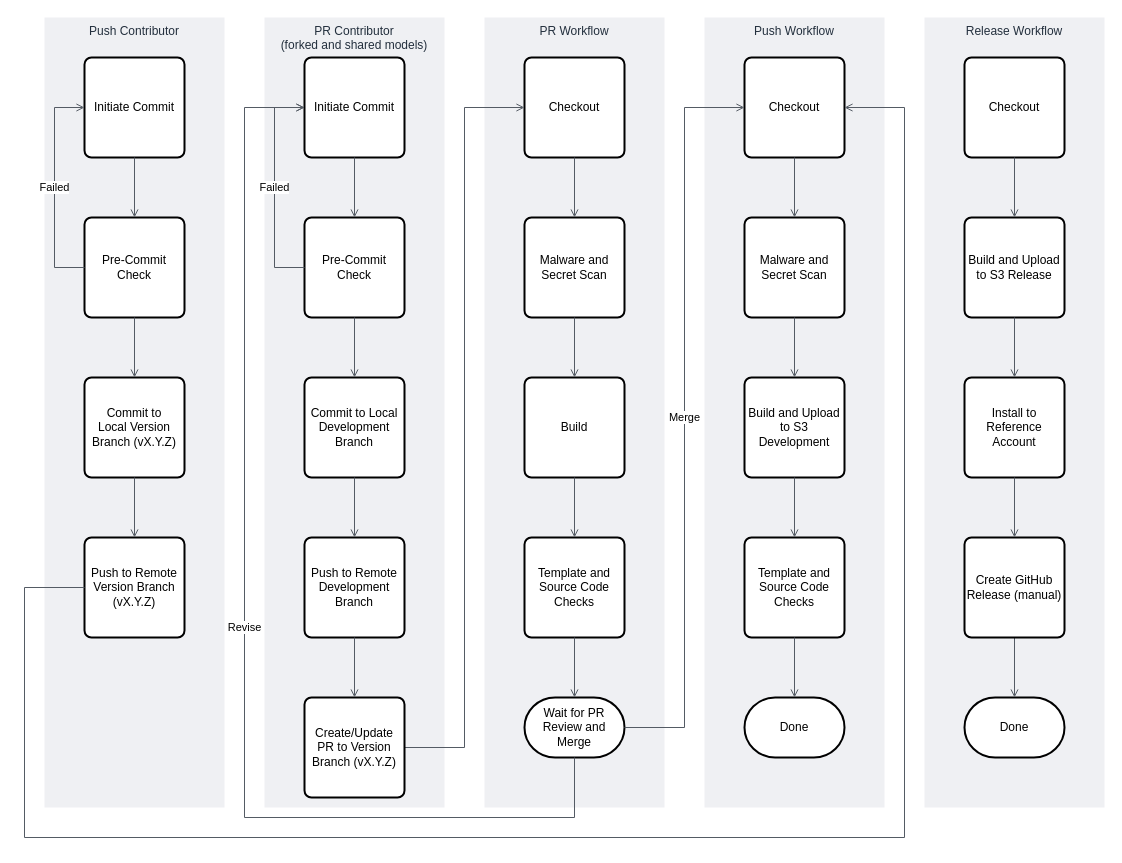
The draw.io diagram docs/github-workflows.drawio in aws-solutions/media-services-application-mapper, before the edit. Source tidied: cells renumbered, new cells numbered last; positions are measured from the earlier drawing's top-left corner, leaving out a move shared by most shapes. Both pictures are drawn from the tidied source at 100%, with x=0, y=0 at pixel (24, 17).
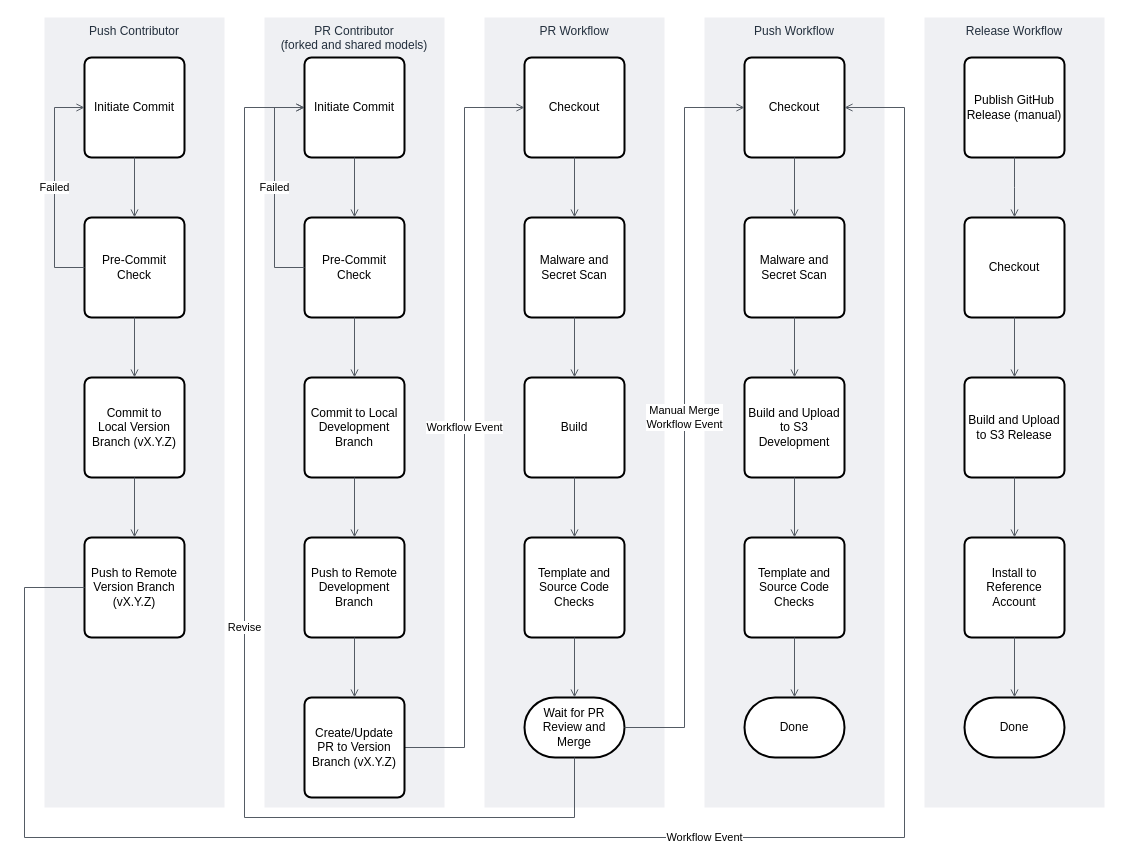
The same page after the edit.

Commit message (it also covers changes not shown here):
Update workflow process diagram

The change refers to these unchanged cells:
```xml
<mxCell id="6" value="Push to Remote Version Branch (vX.Y.Z)" style="rounded=1;whiteSpace=wrap;html=1;absoluteArcSize=1;arcSize=14;strokeWidth=2;" parent="1" vertex="1">
  <mxGeometry x="60" y="520" width="100" height="100" as="geometry" />
</mxCell>
<mxCell id="13" value="Checkout" style="rounded=1;whiteSpace=wrap;html=1;absoluteArcSize=1;arcSize=14;strokeWidth=2;" parent="1" vertex="1">
  <mxGeometry x="720" y="40" width="100" height="100" as="geometry" />
</mxCell>
<mxCell id="23" value="Checkout" style="rounded=1;whiteSpace=wrap;html=1;absoluteArcSize=1;arcSize=14;strokeWidth=2;" parent="1" vertex="1">
  <mxGeometry x="500" y="40" width="100" height="100" as="geometry" />
</mxCell>
<mxCell id="26" value="Wait for PR Review and Merge" style="strokeWidth=2;html=1;shape=mxgraph.flowchart.terminator;whiteSpace=wrap;" parent="1" vertex="1">
  <mxGeometry x="500" y="680" width="100" height="60" as="geometry" />
</mxCell>
<mxCell id="44" value="Create/Update PR to Version Branch (vX.Y.Z)" style="rounded=1;whiteSpace=wrap;html=1;absoluteArcSize=1;arcSize=14;strokeWidth=2;" parent="1" vertex="1">
  <mxGeometry x="280" y="680" width="100" height="100" as="geometry" />
</mxCell>
<mxCell id="50" value="Done" style="strokeWidth=2;html=1;shape=mxgraph.flowchart.terminator;whiteSpace=wrap;" parent="1" vertex="1">
  <mxGeometry x="940" y="680" width="100" height="60" as="geometry" />
</mxCell>
```

The edit, as a diff of the source:
```diff
@@
-    <mxCell id="32" value="Merge" style="edgeStyle=orthogonalEdgeStyle;html=1;endArrow=open;elbow=vertical;startArrow=none;endFill=0;strokeColor=#545B64;rounded=0;" parent="1" edge="1" source="26" target="13">
+    <mxCell id="32" value="Manual Merge&lt;br&gt;Workflow Event" style="edgeStyle=orthogonalEdgeStyle;html=1;endArrow=open;elbow=vertical;startArrow=none;endFill=0;strokeColor=#545B64;rounded=0;" parent="1" edge="1" source="26" target="13">
       <mxGeometry relative="1" as="geometry">
         <Array as="points">
           <mxPoint x="660" y="710" />
           <mxPoint x="660" y="90" />
         </Array>
       </mxGeometry>
     </mxCell>
@@
-    <mxCell id="37" style="edgeStyle=orthogonalEdgeStyle;html=1;endArrow=open;elbow=vertical;startArrow=none;endFill=0;strokeColor=#545B64;rounded=0;" parent="1" edge="1" source="6" target="13">
+    <mxCell id="37" value="Workflow Event" style="edgeStyle=orthogonalEdgeStyle;html=1;endArrow=open;elbow=vertical;startArrow=none;endFill=0;strokeColor=#545B64;rounded=0;" parent="1" edge="1" source="6" target="13">
       <mxGeometry relative="1" as="geometry">
         <Array as="points">
           <mxPoint y="570" />
           <mxPoint y="820" />
           <mxPoint x="880" y="820" />
           <mxPoint x="880" y="90" />
         </Array>
       </mxGeometry>
     </mxCell>
@@
-    <mxCell id="43" style="edgeStyle=orthogonalEdgeStyle;html=1;endArrow=open;elbow=vertical;startArrow=none;endFill=0;strokeColor=#545B64;rounded=0;" parent="1" edge="1" source="44" target="23">
+    <mxCell id="43" value="Workflow Event" style="edgeStyle=orthogonalEdgeStyle;html=1;endArrow=open;elbow=vertical;startArrow=none;endFill=0;strokeColor=#545B64;rounded=0;" parent="1" edge="1" source="44" target="23">
       <mxGeometry relative="1" as="geometry">
         <Array as="points">
           <mxPoint x="440" y="730" />
           <mxPoint x="440" y="90" />
         </Array>
       </mxGeometry>
     </mxCell>
@@
     <mxCell id="47" value="Checkout" style="rounded=1;whiteSpace=wrap;html=1;absoluteArcSize=1;arcSize=14;strokeWidth=2;" parent="1" vertex="1">
-      <mxGeometry x="940" y="40" width="100" height="100" as="geometry" />
+      <mxGeometry x="940" y="200" width="100" height="100" as="geometry" />
     </mxCell>
     <mxCell id="48" value="Build and Upload to S3 Release" style="rounded=1;whiteSpace=wrap;html=1;absoluteArcSize=1;arcSize=14;strokeWidth=2;" parent="1" vertex="1">
-      <mxGeometry x="940" y="200" width="100" height="100" as="geometry" />
+      <mxGeometry x="940" y="360" width="100" height="100" as="geometry" />
     </mxCell>
     <mxCell id="49" value="Install to Reference Account" style="rounded=1;whiteSpace=wrap;html=1;absoluteArcSize=1;arcSize=14;strokeWidth=2;" parent="1" vertex="1">
-      <mxGeometry x="940" y="360" width="100" height="100" as="geometry" />
+      <mxGeometry x="940" y="520" width="100" height="100" as="geometry" />
     </mxCell>
@@
-    <mxCell id="53" style="edgeStyle=orthogonalEdgeStyle;html=1;endArrow=open;elbow=vertical;startArrow=none;endFill=0;strokeColor=#545B64;rounded=0;" parent="1" edge="1" source="54" target="50">
-      <mxGeometry relative="1" as="geometry" />
-    </mxCell>
-    <mxCell id="54" value="Create GitHub Release (manual)" style="rounded=1;whiteSpace=wrap;html=1;absoluteArcSize=1;arcSize=14;strokeWidth=2;" parent="1" vertex="1">
-      <mxGeometry x="940" y="520" width="100" height="100" as="geometry" />
-    </mxCell>
-    <mxCell id="55" style="edgeStyle=orthogonalEdgeStyle;html=1;endArrow=open;elbow=vertical;startArrow=none;endFill=0;strokeColor=#545B64;rounded=0;" parent="1" edge="1" source="49" target="54">
+    <mxCell id="55" style="edgeStyle=orthogonalEdgeStyle;html=1;endArrow=open;elbow=vertical;startArrow=none;endFill=0;strokeColor=#545B64;rounded=0;" parent="1" edge="1" source="49" target="50">
       <mxGeometry relative="1" as="geometry" />
     </mxCell>
+    <mxCell id="56" value="Publish GitHub Release (manual)" style="rounded=1;whiteSpace=wrap;html=1;absoluteArcSize=1;arcSize=14;strokeWidth=2;" parent="1" vertex="1">
+      <mxGeometry x="940" y="40" width="100" height="100" as="geometry" />
+    </mxCell>
+    <mxCell id="57" style="edgeStyle=orthogonalEdgeStyle;html=1;endArrow=open;elbow=vertical;startArrow=none;endFill=0;strokeColor=#545B64;rounded=0;" parent="1" edge="1" source="56" target="47">
+      <mxGeometry relative="1" as="geometry">
+        <Array as="points">
+          <mxPoint x="990" y="170" />
+          <mxPoint x="990" y="170" />
+        </Array>
+      </mxGeometry>
+    </mxCell>
```
